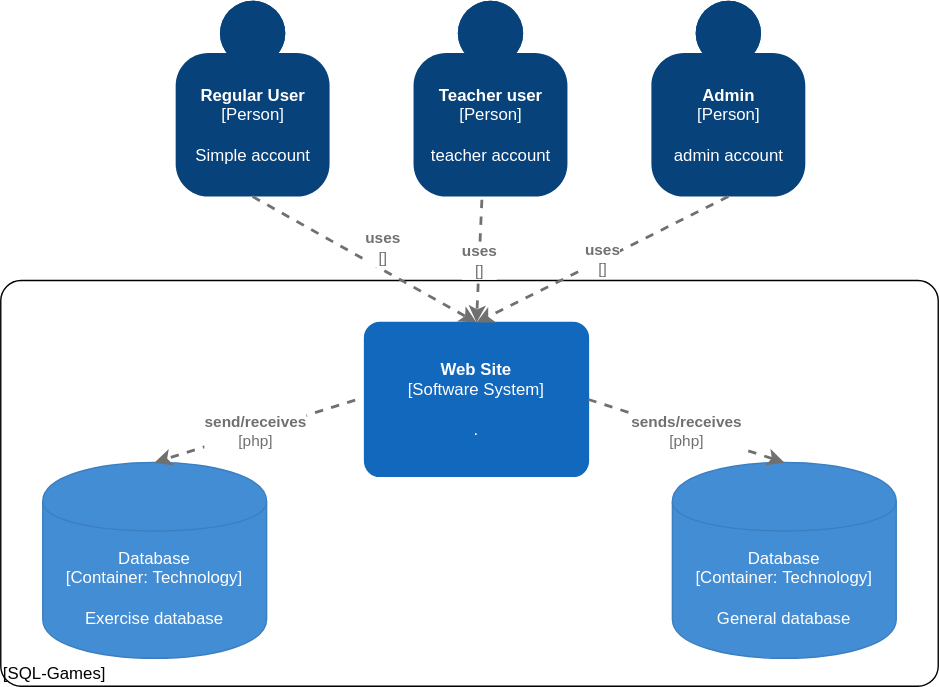
Before: public/resources/scholarly_images/C2_Diagram.svg, a diagram exported from draw.io (Ca3zsar/SQL-Games). Source tidied: cells renumbered, new cells last; positions are measured from the earlier drawing's top-left corner, leaving out a move shared by most shapes. Source of this version:
```xml
<mxGraphModel>
  <root>
    <mxCell id="0" />
    <mxCell id="1" parent="0" />
    <object id="2" label="&lt;div style=&quot;text-align: left&quot;&gt;%c4Name%&lt;/div&gt;&lt;div style=&quot;text-align: left&quot;&gt;[%c4Application%]&lt;/div&gt;" c4Application="SQL-Games" c4Name="" c4Type="ExecutionEnvironment" placeholders="1">
      <mxCell style="rounded=1;whiteSpace=wrap;html=1;labelBackgroundColor=none;fillColor=#ffffff;fontColor=#000000;align=left;arcSize=5;strokeColor=#000000;verticalAlign=bottom;metaData={&quot;c4Type&quot;:{&quot;editable&quot;:false}};" parent="1" vertex="1">
        <mxGeometry y="200" width="670" height="290" as="geometry" />
      </mxCell>
    </object>
    <object id="3" label="&lt;b&gt;%c4Name%&lt;/b&gt;&lt;div&gt;[%c4Type%]&lt;/div&gt;&lt;br&gt;&lt;div&gt;%c4Description%&lt;/div&gt;" c4Description="Simple account" c4Name="Regular User" c4Type="Person" placeholders="1">
      <mxCell style="html=1;dashed=0;whitespace=wrap;fillColor=#08427b;strokeColor=none;fontColor=#ffffff;shape=mxgraph.c4.person;align=center;points=[[0.5,0,0],[1,0.5,0],[1,0.75,0],[0.75,1,0],[0.5,1,0],[0.25,1,0],[0,0.75,0],[0,0.5,0]];metaData={&quot;c4Type&quot;:{&quot;editable&quot;:false}};" parent="1" vertex="1">
        <mxGeometry x="125" width="110" height="140" as="geometry" />
      </mxCell>
    </object>
    <object id="4" label="&lt;b&gt;%c4Name%&lt;/b&gt;&lt;div&gt;[%c4Type%]&lt;/div&gt;&lt;br&gt;&lt;div&gt;%c4Description%&lt;/div&gt;" c4Description="teacher account" c4Name="Teacher user" c4Type="Person" placeholders="1">
      <mxCell style="html=1;dashed=0;whitespace=wrap;fillColor=#08427b;strokeColor=none;fontColor=#ffffff;shape=mxgraph.c4.person;align=center;points=[[0.5,0,0],[1,0.5,0],[1,0.75,0],[0.75,1,0],[0.5,1,0],[0.25,1,0],[0,0.75,0],[0,0.5,0]];metaData={&quot;c4Type&quot;:{&quot;editable&quot;:false}};" parent="1" vertex="1">
        <mxGeometry x="295" width="110" height="140" as="geometry" />
      </mxCell>
    </object>
    <object id="5" label="&lt;b&gt;%c4Name%&lt;/b&gt;&lt;div&gt;[%c4Type%]&lt;/div&gt;&lt;br&gt;&lt;div&gt;%c4Description%&lt;/div&gt;" c4Description="admin account" c4Name="Admin" c4Type="Person" placeholders="1">
      <mxCell style="html=1;dashed=0;whitespace=wrap;fillColor=#08427b;strokeColor=none;fontColor=#ffffff;shape=mxgraph.c4.person;align=center;points=[[0.5,0,0],[1,0.5,0],[1,0.75,0],[0.75,1,0],[0.5,1,0],[0.25,1,0],[0,0.75,0],[0,0.5,0]];metaData={&quot;c4Type&quot;:{&quot;editable&quot;:false}};" parent="1" vertex="1">
        <mxGeometry x="465" width="110" height="140" as="geometry" />
      </mxCell>
    </object>
    <object id="6" label="&lt;b&gt;%c4Name%&lt;/b&gt;&lt;div&gt;[%c4Type%]&lt;/div&gt;&lt;br&gt;&lt;div&gt;%c4Description%&lt;/div&gt;" c4Description="." c4Name="Web Site" c4Type="Software System" placeholders="1">
      <mxCell style="rounded=1;whiteSpace=wrap;html=1;labelBackgroundColor=none;fillColor=#1168BD;fontColor=#ffffff;align=center;arcSize=10;strokeColor=#1168BD;metaData={&quot;c4Type&quot;:{&quot;editable&quot;:false}};points=[[0.25,0,0],[0.5,0,0],[0.75,0,0],[1,0.25,0],[1,0.5,0],[1,0.75,0],[0.75,1,0],[0.5,1,0],[0.25,1,0],[0,0.75,0],[0,0.5,0],[0,0.25,0]];" parent="1" vertex="1">
        <mxGeometry x="260" y="230" width="160" height="110" as="geometry" />
      </mxCell>
    </object>
    <object id="7" label="%c4Type%&lt;div&gt;[Container:&amp;nbsp;%c4Technology%]&lt;/div&gt;&lt;br&gt;&lt;div&gt;%c4Description%&lt;/div&gt;" c4Description="Exercise database" c4Technology="Technology" c4Type="Database" placeholders="1">
      <mxCell style="shape=cylinder;whiteSpace=wrap;html=1;boundedLbl=1;rounded=0;labelBackgroundColor=none;fillColor=#438DD5;fontSize=12;fontColor=#ffffff;align=center;strokeColor=#3C7FC0;points=[[0.5,0,0],[1,0.25,0],[1,0.5,0],[1,0.75,0],[0.5,1,0],[0,0.75,0],[0,0.5,0],[0,0.25,0]];metaData={&quot;c4Type&quot;:{&quot;editable&quot;:false}};" parent="1" vertex="1">
        <mxGeometry x="30" y="330" width="160" height="140" as="geometry" />
      </mxCell>
    </object>
    <object id="8" label="%c4Type%&lt;div&gt;[Container:&amp;nbsp;%c4Technology%]&lt;/div&gt;&lt;br&gt;&lt;div&gt;%c4Description%&lt;/div&gt;" c4Description="General database" c4Technology="Technology" c4Type="Database" placeholders="1">
      <mxCell style="shape=cylinder;whiteSpace=wrap;html=1;boundedLbl=1;rounded=0;labelBackgroundColor=none;fillColor=#438DD5;fontSize=12;fontColor=#ffffff;align=center;strokeColor=#3C7FC0;points=[[0.5,0,0],[1,0.25,0],[1,0.5,0],[1,0.75,0],[0.5,1,0],[0,0.75,0],[0,0.5,0],[0,0.25,0]];metaData={&quot;c4Type&quot;:{&quot;editable&quot;:false}};" parent="1" vertex="1">
        <mxGeometry x="480" y="330" width="160" height="140" as="geometry" />
      </mxCell>
    </object>
    <object id="9" label="&lt;div style=&quot;text-align: left&quot;&gt;&lt;div style=&quot;text-align: center&quot;&gt;&lt;b&gt;%c4Description%&lt;/b&gt;&lt;/div&gt;&lt;div style=&quot;text-align: center&quot;&gt;[%c4Technology%]&lt;/div&gt;&lt;/div&gt;" c4Description="send/receives" c4Technology="php" c4Type="Relationship" placeholders="1">
      <mxCell style="edgeStyle=none;rounded=0;html=1;entryX=0.5;entryY=0;jettySize=auto;strokeColor=#707070;strokeWidth=2;fontColor=#707070;jumpStyle=none;dashed=1;metaData={&quot;c4Type&quot;:{&quot;editable&quot;:false}};exitX=-0.042;exitY=0.504;exitDx=0;exitDy=0;exitPerimeter=0;entryDx=0;entryDy=0;entryPerimeter=0;" parent="1" edge="1" source="6" target="7">
        <mxGeometry relative="1" as="geometry" />
      </mxCell>
    </object>
    <object id="10" label="&lt;div style=&quot;text-align: left&quot;&gt;&lt;div style=&quot;text-align: center&quot;&gt;&lt;b&gt;%c4Description%&lt;/b&gt;&lt;/div&gt;&lt;div style=&quot;text-align: center&quot;&gt;[%c4Technology%]&lt;/div&gt;&lt;/div&gt;" c4Description="sends/receives" c4Technology="php" c4Type="Relationship" placeholders="1">
      <mxCell style="edgeStyle=none;rounded=0;html=1;entryX=0.5;entryY=0;jettySize=auto;strokeColor=#707070;strokeWidth=2;fontColor=#707070;jumpStyle=none;dashed=1;metaData={&quot;c4Type&quot;:{&quot;editable&quot;:false}};entryDx=0;entryDy=0;entryPerimeter=0;exitX=1;exitY=0.5;exitDx=0;exitDy=0;exitPerimeter=0;" parent="1" edge="1" source="6" target="8">
        <mxGeometry relative="1" as="geometry" />
      </mxCell>
    </object>
    <object id="11" label="&lt;div style=&quot;text-align: left&quot;&gt;&lt;div style=&quot;text-align: center&quot;&gt;&lt;b&gt;%c4Description%&lt;/b&gt;&lt;/div&gt;&lt;div style=&quot;text-align: center&quot;&gt;[%c4Technology%]&lt;/div&gt;&lt;/div&gt;" c4Description="uses" c4Technology="" c4Type="Relationship" placeholders="1">
      <mxCell style="edgeStyle=none;rounded=0;html=1;entryX=0.5;entryY=0;jettySize=auto;strokeColor=#707070;strokeWidth=2;fontColor=#707070;jumpStyle=none;dashed=1;metaData={&quot;c4Type&quot;:{&quot;editable&quot;:false}};exitX=0.5;exitY=1;exitDx=0;exitDy=0;exitPerimeter=0;entryDx=0;entryDy=0;entryPerimeter=0;" parent="1" edge="1" source="3" target="6">
        <mxGeometry x="0.08" y="13" relative="1" as="geometry" />
      </mxCell>
    </object>
    <object id="12" label="&lt;div style=&quot;text-align: left&quot;&gt;&lt;div style=&quot;text-align: center&quot;&gt;&lt;b&gt;%c4Description%&lt;/b&gt;&lt;/div&gt;&lt;div style=&quot;text-align: center&quot;&gt;[%c4Technology%]&lt;/div&gt;&lt;/div&gt;" c4Description="uses" c4Technology="" c4Type="Relationship" placeholders="1">
      <mxCell style="edgeStyle=none;rounded=0;html=1;entryX=0.5;entryY=0;jettySize=auto;strokeColor=#707070;strokeWidth=2;fontColor=#707070;jumpStyle=none;dashed=1;metaData={&quot;c4Type&quot;:{&quot;editable&quot;:false}};exitX=0.5;exitY=1;exitDx=0;exitDy=0;exitPerimeter=0;entryDx=0;entryDy=0;entryPerimeter=0;" parent="1" edge="1" source="5" target="6">
        <mxGeometry relative="1" as="geometry" />
      </mxCell>
    </object>
    <object id="13" label="&lt;div style=&quot;text-align: left&quot;&gt;&lt;div style=&quot;text-align: center&quot;&gt;&lt;b&gt;%c4Description%&lt;/b&gt;&lt;/div&gt;&lt;div style=&quot;text-align: center&quot;&gt;[%c4Technology%]&lt;/div&gt;&lt;/div&gt;" c4Description="uses" c4Technology="" c4Type="Relationship" placeholders="1">
      <mxCell style="edgeStyle=none;rounded=0;html=1;entryX=0.5;entryY=0;jettySize=auto;strokeColor=#707070;strokeWidth=2;fontColor=#707070;jumpStyle=none;dashed=1;metaData={&quot;c4Type&quot;:{&quot;editable&quot;:false}};exitX=0.444;exitY=1.016;exitDx=0;exitDy=0;exitPerimeter=0;entryDx=0;entryDy=0;entryPerimeter=0;" parent="1" edge="1" source="4" target="6">
        <mxGeometry relative="1" as="geometry" />
      </mxCell>
    </object>
  </root>
</mxGraphModel>
```
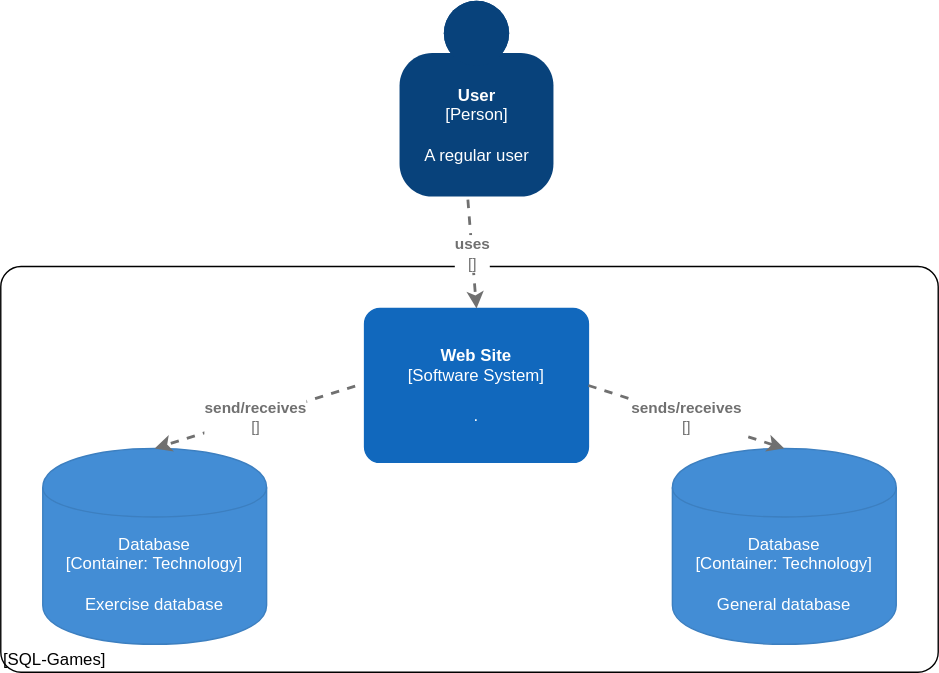
The same diagram one commit later.

The edit, as a diff of the source:
```diff
@@ -7,21 +7,11 @@
         <mxGeometry y="200" width="670" height="290" as="geometry" />
       </mxCell>
     </object>
-    <object id="3" label="&lt;b&gt;%c4Name%&lt;/b&gt;&lt;div&gt;[%c4Type%]&lt;/div&gt;&lt;br&gt;&lt;div&gt;%c4Description%&lt;/div&gt;" c4Description="Simple account" c4Name="Regular User" c4Type="Person" placeholders="1">
-      <mxCell style="html=1;dashed=0;whitespace=wrap;fillColor=#08427b;strokeColor=none;fontColor=#ffffff;shape=mxgraph.c4.person;align=center;points=[[0.5,0,0],[1,0.5,0],[1,0.75,0],[0.75,1,0],[0.5,1,0],[0.25,1,0],[0,0.75,0],[0,0.5,0]];metaData={&quot;c4Type&quot;:{&quot;editable&quot;:false}};" parent="1" vertex="1">
-        <mxGeometry x="125" width="110" height="140" as="geometry" />
-      </mxCell>
-    </object>
-    <object id="4" label="&lt;b&gt;%c4Name%&lt;/b&gt;&lt;div&gt;[%c4Type%]&lt;/div&gt;&lt;br&gt;&lt;div&gt;%c4Description%&lt;/div&gt;" c4Description="teacher account" c4Name="Teacher user" c4Type="Person" placeholders="1">
-      <mxCell style="html=1;dashed=0;whitespace=wrap;fillColor=#08427b;strokeColor=none;fontColor=#ffffff;shape=mxgraph.c4.person;align=center;points=[[0.5,0,0],[1,0.5,0],[1,0.75,0],[0.75,1,0],[0.5,1,0],[0.25,1,0],[0,0.75,0],[0,0.5,0]];metaData={&quot;c4Type&quot;:{&quot;editable&quot;:false}};" parent="1" vertex="1">
-        <mxGeometry x="295" width="110" height="140" as="geometry" />
-      </mxCell>
-    </object>
-    <object id="5" label="&lt;b&gt;%c4Name%&lt;/b&gt;&lt;div&gt;[%c4Type%]&lt;/div&gt;&lt;br&gt;&lt;div&gt;%c4Description%&lt;/div&gt;" c4Description="admin account" c4Name="Admin" c4Type="Person" placeholders="1">
-      <mxCell style="html=1;dashed=0;whitespace=wrap;fillColor=#08427b;strokeColor=none;fontColor=#ffffff;shape=mxgraph.c4.person;align=center;points=[[0.5,0,0],[1,0.5,0],[1,0.75,0],[0.75,1,0],[0.5,1,0],[0.25,1,0],[0,0.75,0],[0,0.5,0]];metaData={&quot;c4Type&quot;:{&quot;editable&quot;:false}};" parent="1" vertex="1">
-        <mxGeometry x="465" width="110" height="140" as="geometry" />
-      </mxCell>
-    </object>
+    <object id="14" label="&lt;b&gt;%c4Name%&lt;/b&gt;&lt;div&gt;[%c4Type%]&lt;/div&gt;&lt;br&gt;&lt;div&gt;%c4Description%&lt;/div&gt;" c4Description="A regular user" c4Name="User" c4Type="Person" placeholders="1">
+      <mxCell style="html=1;dashed=0;whitespace=wrap;fillColor=#08427b;strokeColor=none;fontColor=#ffffff;shape=mxgraph.c4.person;align=center;points=[[0.5,0,0],[1,0.5,0],[1,0.75,0],[0.75,1,0],[0.5,1,0],[0.25,1,0],[0,0.75,0],[0,0.5,0]];metaData={&quot;c4Type&quot;:{&quot;editable&quot;:false}};" parent="1" vertex="1">
+        <mxGeometry x="285" y="10" width="110" height="140" as="geometry" />
+      </mxCell>
+    </object>
     <object id="6" label="&lt;b&gt;%c4Name%&lt;/b&gt;&lt;div&gt;[%c4Type%]&lt;/div&gt;&lt;br&gt;&lt;div&gt;%c4Description%&lt;/div&gt;" c4Description="." c4Name="Web Site" c4Type="Software System" placeholders="1">
       <mxCell style="rounded=1;whiteSpace=wrap;html=1;labelBackgroundColor=none;fillColor=#1168BD;fontColor=#ffffff;align=center;arcSize=10;strokeColor=#1168BD;metaData={&quot;c4Type&quot;:{&quot;editable&quot;:false}};points=[[0.25,0,0],[0.5,0,0],[0.75,0,0],[1,0.25,0],[1,0.5,0],[1,0.75,0],[0.75,1,0],[0.5,1,0],[0.25,1,0],[0,0.75,0],[0,0.5,0],[0,0.25,0]];" parent="1" vertex="1">
         <mxGeometry x="260" y="230" width="160" height="110" as="geometry" />
@@ -37,28 +27,18 @@
         <mxGeometry x="480" y="330" width="160" height="140" as="geometry" />
       </mxCell>
     </object>
-    <object id="9" label="&lt;div style=&quot;text-align: left&quot;&gt;&lt;div style=&quot;text-align: center&quot;&gt;&lt;b&gt;%c4Description%&lt;/b&gt;&lt;/div&gt;&lt;div style=&quot;text-align: center&quot;&gt;[%c4Technology%]&lt;/div&gt;&lt;/div&gt;" c4Description="send/receives" c4Technology="php" c4Type="Relationship" placeholders="1">
+    <object id="9" label="&lt;div style=&quot;text-align: left&quot;&gt;&lt;div style=&quot;text-align: center&quot;&gt;&lt;b&gt;%c4Description%&lt;/b&gt;&lt;/div&gt;&lt;div style=&quot;text-align: center&quot;&gt;[%c4Technology%]&lt;/div&gt;&lt;/div&gt;" c4Description="send/receives" c4Technology="" c4Type="Relationship" placeholders="1">
       <mxCell style="edgeStyle=none;rounded=0;html=1;entryX=0.5;entryY=0;jettySize=auto;strokeColor=#707070;strokeWidth=2;fontColor=#707070;jumpStyle=none;dashed=1;metaData={&quot;c4Type&quot;:{&quot;editable&quot;:false}};exitX=-0.042;exitY=0.504;exitDx=0;exitDy=0;exitPerimeter=0;entryDx=0;entryDy=0;entryPerimeter=0;" parent="1" edge="1" source="6" target="7">
         <mxGeometry relative="1" as="geometry" />
       </mxCell>
     </object>
-    <object id="10" label="&lt;div style=&quot;text-align: left&quot;&gt;&lt;div style=&quot;text-align: center&quot;&gt;&lt;b&gt;%c4Description%&lt;/b&gt;&lt;/div&gt;&lt;div style=&quot;text-align: center&quot;&gt;[%c4Technology%]&lt;/div&gt;&lt;/div&gt;" c4Description="sends/receives" c4Technology="php" c4Type="Relationship" placeholders="1">
+    <object id="10" label="&lt;div style=&quot;text-align: left&quot;&gt;&lt;div style=&quot;text-align: center&quot;&gt;&lt;b&gt;%c4Description%&lt;/b&gt;&lt;/div&gt;&lt;div style=&quot;text-align: center&quot;&gt;[%c4Technology%]&lt;/div&gt;&lt;/div&gt;" c4Description="sends/receives" c4Technology="" c4Type="Relationship" placeholders="1">
       <mxCell style="edgeStyle=none;rounded=0;html=1;entryX=0.5;entryY=0;jettySize=auto;strokeColor=#707070;strokeWidth=2;fontColor=#707070;jumpStyle=none;dashed=1;metaData={&quot;c4Type&quot;:{&quot;editable&quot;:false}};entryDx=0;entryDy=0;entryPerimeter=0;exitX=1;exitY=0.5;exitDx=0;exitDy=0;exitPerimeter=0;" parent="1" edge="1" source="6" target="8">
         <mxGeometry relative="1" as="geometry" />
       </mxCell>
     </object>
-    <object id="11" label="&lt;div style=&quot;text-align: left&quot;&gt;&lt;div style=&quot;text-align: center&quot;&gt;&lt;b&gt;%c4Description%&lt;/b&gt;&lt;/div&gt;&lt;div style=&quot;text-align: center&quot;&gt;[%c4Technology%]&lt;/div&gt;&lt;/div&gt;" c4Description="uses" c4Technology="" c4Type="Relationship" placeholders="1">
-      <mxCell style="edgeStyle=none;rounded=0;html=1;entryX=0.5;entryY=0;jettySize=auto;strokeColor=#707070;strokeWidth=2;fontColor=#707070;jumpStyle=none;dashed=1;metaData={&quot;c4Type&quot;:{&quot;editable&quot;:false}};exitX=0.5;exitY=1;exitDx=0;exitDy=0;exitPerimeter=0;entryDx=0;entryDy=0;entryPerimeter=0;" parent="1" edge="1" source="3" target="6">
-        <mxGeometry x="0.08" y="13" relative="1" as="geometry" />
-      </mxCell>
-    </object>
-    <object id="12" label="&lt;div style=&quot;text-align: left&quot;&gt;&lt;div style=&quot;text-align: center&quot;&gt;&lt;b&gt;%c4Description%&lt;/b&gt;&lt;/div&gt;&lt;div style=&quot;text-align: center&quot;&gt;[%c4Technology%]&lt;/div&gt;&lt;/div&gt;" c4Description="uses" c4Technology="" c4Type="Relationship" placeholders="1">
-      <mxCell style="edgeStyle=none;rounded=0;html=1;entryX=0.5;entryY=0;jettySize=auto;strokeColor=#707070;strokeWidth=2;fontColor=#707070;jumpStyle=none;dashed=1;metaData={&quot;c4Type&quot;:{&quot;editable&quot;:false}};exitX=0.5;exitY=1;exitDx=0;exitDy=0;exitPerimeter=0;entryDx=0;entryDy=0;entryPerimeter=0;" parent="1" edge="1" source="5" target="6">
-        <mxGeometry relative="1" as="geometry" />
-      </mxCell>
-    </object>
     <object id="13" label="&lt;div style=&quot;text-align: left&quot;&gt;&lt;div style=&quot;text-align: center&quot;&gt;&lt;b&gt;%c4Description%&lt;/b&gt;&lt;/div&gt;&lt;div style=&quot;text-align: center&quot;&gt;[%c4Technology%]&lt;/div&gt;&lt;/div&gt;" c4Description="uses" c4Technology="" c4Type="Relationship" placeholders="1">
-      <mxCell style="edgeStyle=none;rounded=0;html=1;entryX=0.5;entryY=0;jettySize=auto;strokeColor=#707070;strokeWidth=2;fontColor=#707070;jumpStyle=none;dashed=1;metaData={&quot;c4Type&quot;:{&quot;editable&quot;:false}};exitX=0.444;exitY=1.016;exitDx=0;exitDy=0;exitPerimeter=0;entryDx=0;entryDy=0;entryPerimeter=0;" parent="1" edge="1" source="4" target="6">
+      <mxCell style="edgeStyle=none;rounded=0;html=1;entryX=0.5;entryY=0;jettySize=auto;strokeColor=#707070;strokeWidth=2;fontColor=#707070;jumpStyle=none;dashed=1;metaData={&quot;c4Type&quot;:{&quot;editable&quot;:false}};exitX=0.444;exitY=1.016;exitDx=0;exitDy=0;exitPerimeter=0;entryDx=0;entryDy=0;entryPerimeter=0;" parent="1" edge="1" source="14" target="6">
         <mxGeometry relative="1" as="geometry" />
       </mxCell>
     </object>
```
